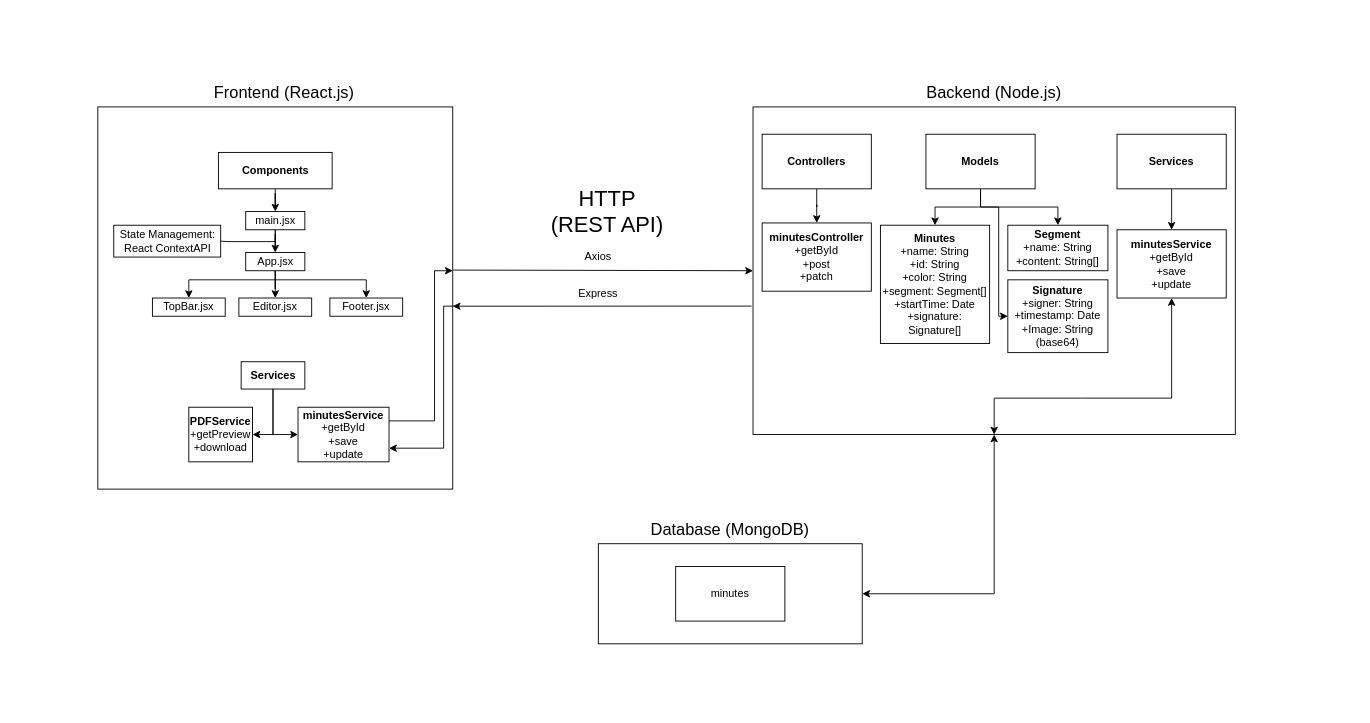
Above: documentation/table_book_architecture.drawio in tablebook/tablebook (draw.io), before the change. Source tidied: cells renumbered, new cells numbered last; positions are measured from the earlier drawing's top-left corner, leaving out a move shared by most shapes. Both pictures are drawn from the tidied source at 91%, with x=0, y=0 at pixel (97, 79).
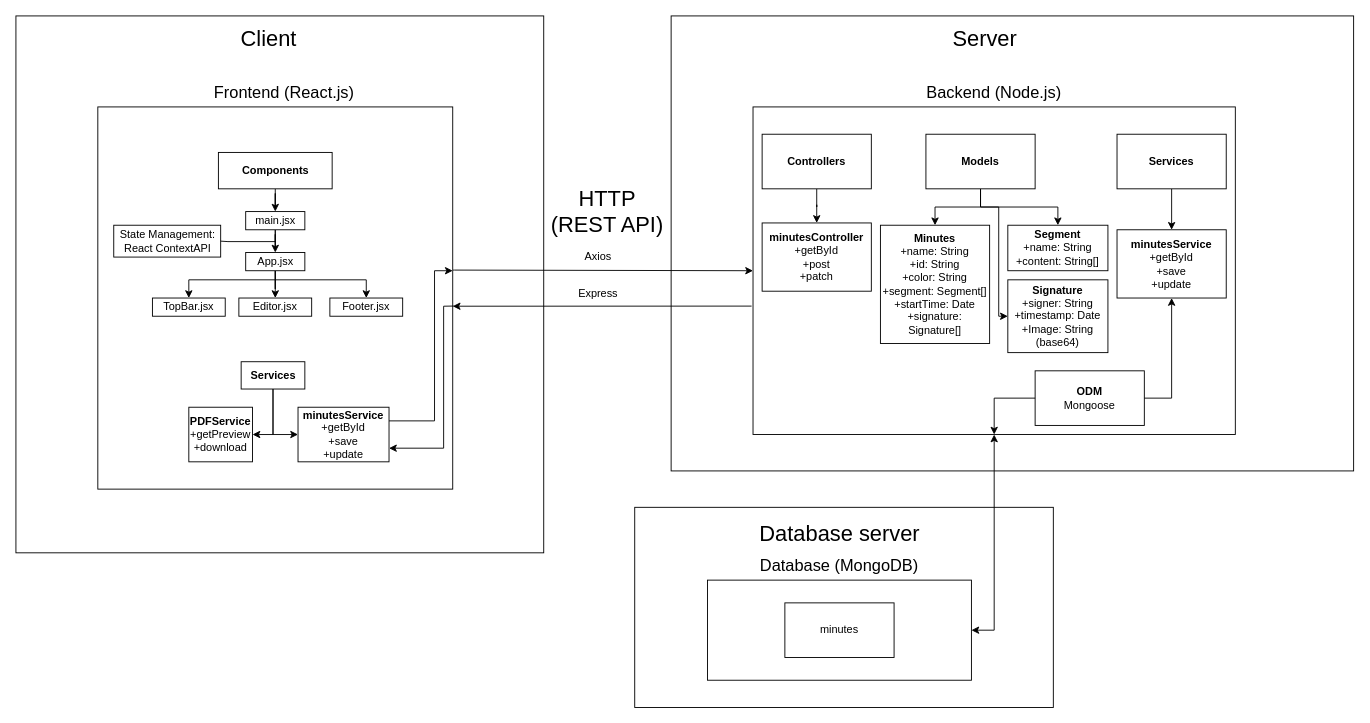
The same page after the edit.

Commit message (it also covers changes not shown here):
Added physical component layer to architecture

The change refers to these unchanged cells:
```xml
<mxCell id="4" style="rounded=0;whiteSpace=wrap;html=1;" parent="1" vertex="1">
  <mxGeometry x="720" y="30" width="530" height="360" as="geometry" />
</mxCell>
```

The edit, as a diff of the source:
```diff
@@
+    <mxCell id="49" style="rounded=0;whiteSpace=wrap;html=1;" parent="1" vertex="1">
+      <mxGeometry x="590" y="470" width="460" height="220" as="geometry" />
+    </mxCell>
+    <mxCell id="50" style="rounded=0;whiteSpace=wrap;html=1;" parent="1" vertex="1">
+      <mxGeometry x="630" y="-70" width="750" height="500" as="geometry" />
+    </mxCell>
+    <mxCell id="51" style="rounded=0;whiteSpace=wrap;html=1;" parent="1" vertex="1">
+      <mxGeometry x="-90" y="-70" width="580" height="590" as="geometry" />
+    </mxCell>
@@
     <mxCell id="5" style="rounded=0;whiteSpace=wrap;html=1;" parent="1" vertex="1">
-      <mxGeometry x="550" y="510" width="290" height="110" as="geometry" />
+      <mxGeometry x="670" y="550" width="290" height="110" as="geometry" />
     </mxCell>
@@
     <mxCell id="8" value="Database (MongoDB)" style="text;html=1;strokeColor=none;fillColor=none;align=center;verticalAlign=middle;whiteSpace=wrap;rounded=0;fontSize=18;" parent="1" vertex="1">
-      <mxGeometry x="550" y="480" width="290" height="30" as="geometry" />
+      <mxGeometry x="670" y="520" width="290" height="30" as="geometry" />
     </mxCell>
@@
     <mxCell id="20" value="minutes" style="rounded=0;whiteSpace=wrap;html=1;" parent="1" vertex="1">
-      <mxGeometry x="635" y="535" width="120" height="60" as="geometry" />
+      <mxGeometry x="755" y="575" width="120" height="60" as="geometry" />
     </mxCell>
@@
     <mxCell id="25" style="endArrow=classic;startArrow=classic;html=1;rounded=0;entryX=0.5;entryY=1;entryDx=0;entryDy=0;exitX=1;exitY=0.5;exitDx=0;exitDy=0;" parent="1" edge="1" source="5" target="4">
       <mxGeometry relative="1" as="geometry">
         <Array as="points">
-          <mxPoint x="985" y="565" />
+          <mxPoint x="985" y="605" />
         </Array>
       </mxGeometry>
     </mxCell>
@@
+    <mxCell id="52" value="&lt;font style=&quot;font-size: 24px;&quot;&gt;Client&lt;/font&gt;" style="text;html=1;strokeColor=none;fillColor=none;align=center;verticalAlign=middle;whiteSpace=wrap;rounded=0;" parent="1" vertex="1">
+      <mxGeometry x="157.5" y="-60" width="60" height="30" as="geometry" />
+    </mxCell>
+    <mxCell id="53" value="&lt;span style=&quot;font-size: 24px;&quot;&gt;Server&lt;/span&gt;" style="text;html=1;strokeColor=none;fillColor=none;align=center;verticalAlign=middle;whiteSpace=wrap;rounded=0;" parent="1" vertex="1">
+      <mxGeometry x="920" y="-60" width="110" height="30" as="geometry" />
+    </mxCell>
+    <mxCell id="54" value="&lt;span style=&quot;font-size: 24px;&quot;&gt;Database server&lt;/span&gt;" style="text;html=1;strokeColor=none;fillColor=none;align=center;verticalAlign=middle;whiteSpace=wrap;rounded=0;" parent="1" vertex="1">
+      <mxGeometry x="687.5" y="485" width="255" height="30" as="geometry" />
+    </mxCell>
+    <mxCell id="55" value="&lt;b&gt;ODM&lt;/b&gt;&lt;br&gt;Mongoose" style="rounded=0;whiteSpace=wrap;html=1;" parent="1" vertex="1">
+      <mxGeometry x="1030" y="320" width="120" height="60" as="geometry" />
+    </mxCell>
```
